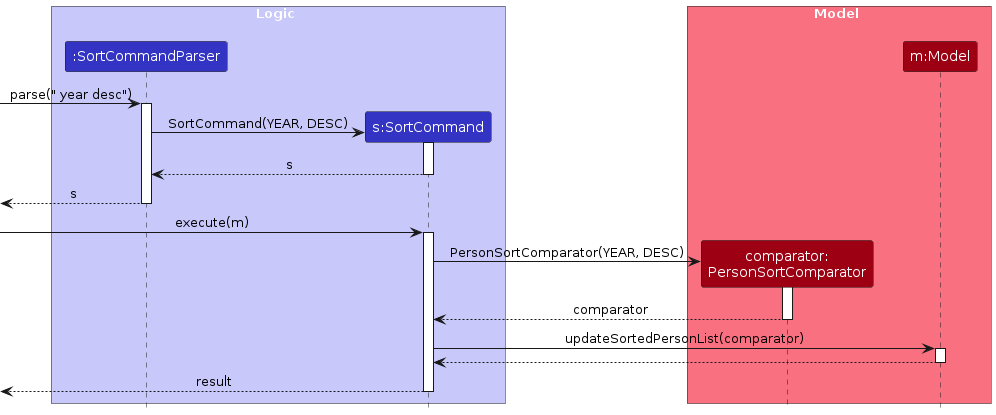
Above: diagrams/SortSequenceDiagram.png in AY2627S1-CS2103T-F15-3/tp (PlantUML), before the change. Its source is kept beside it as diagrams/SortSequenceDiagram.puml. Source of this version:
```plantuml
@startuml
!include style.puml
skinparam ArrowFontStyle plain

box Logic LOGIC_COLOR_T1
participant ":SortCommandParser" as Parser LOGIC_COLOR
participant "s:SortCommand" as Command LOGIC_COLOR
end box

box Model MODEL_COLOR_T1
participant "comparator:\nPersonSortComparator" as Comparator MODEL_COLOR
participant "m:Model" as Model MODEL_COLOR
end box

[-> Parser : parse(" year desc")
activate Parser

create Command
Parser -> Command : SortCommand(YEAR, DESC)
activate Command
Command --> Parser : s
deactivate Command
[<-- Parser : s
deactivate Parser

[-> Command : execute(m)
activate Command
create Comparator
Command -> Comparator : PersonSortComparator(YEAR, DESC)
activate Comparator
Comparator --> Command : comparator
deactivate Comparator

Command -> Model : updateSortedPersonList(comparator)
activate Model
Model --> Command
deactivate Model

[<-- Command : result
deactivate Command

@enduml
```
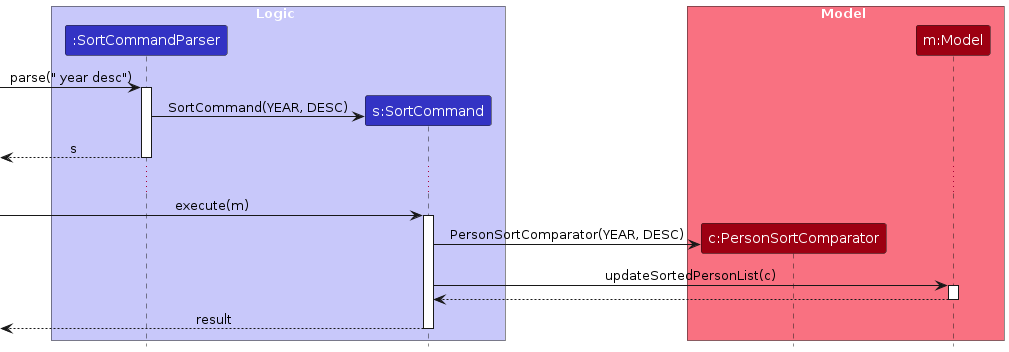
After the change.

Diff of the diagram source:
```diff
@@ -8,35 +8,27 @@
 end box
 
 box Model MODEL_COLOR_T1
-participant "comparator:\nPersonSortComparator" as Comparator MODEL_COLOR
+participant "c:PersonSortComparator" as Comparator MODEL_COLOR
 participant "m:Model" as Model MODEL_COLOR
 end box
 
 [-> Parser : parse(" year desc")
 activate Parser
-
 create Command
 Parser -> Command : SortCommand(YEAR, DESC)
-activate Command
-Command --> Parser : s
-deactivate Command
 [<-- Parser : s
 deactivate Parser
+
+...
 
 [-> Command : execute(m)
 activate Command
 create Comparator
 Command -> Comparator : PersonSortComparator(YEAR, DESC)
-activate Comparator
-Comparator --> Command : comparator
-deactivate Comparator
-
-Command -> Model : updateSortedPersonList(comparator)
+Command -> Model : updateSortedPersonList(c)
 activate Model
 Model --> Command
 deactivate Model
-
 [<-- Command : result
 deactivate Command
-
 @enduml
```
